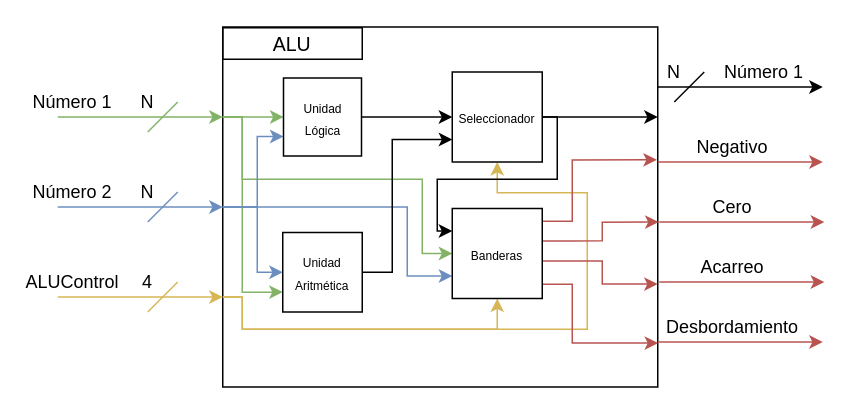
Earlier version of the draw.io diagram page "Segundo Nivel" (2 of 3) of ALU/Diagramas/Diagramas.drawio (m-herrera/Digital-Design-Workshop). Source tidied: cells renumbered, new cells numbered last; positions are measured from the earlier drawing's top-left corner, leaving out a move shared by most shapes. Both pictures are drawn from the tidied source at 150%, with x=0, y=0 at pixel (27, 26).
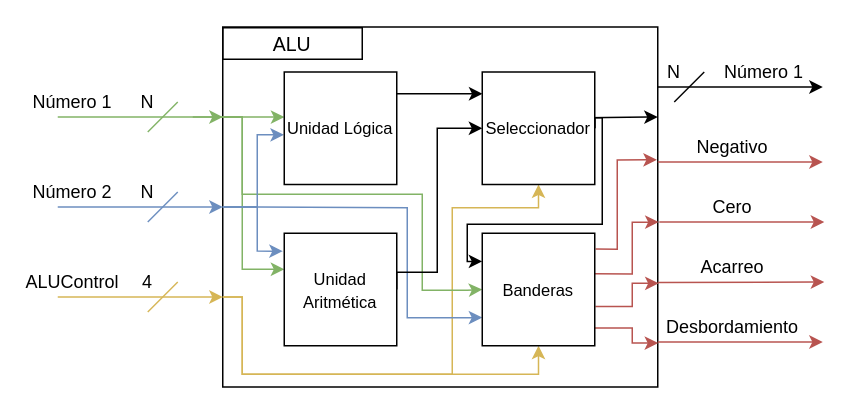
The same page after the edit.

The change refers to these unchanged cells:
```xml
<mxCell id="2" style="rounded=0;whiteSpace=wrap;html=1;" parent="1" vertex="1">
  <mxGeometry x="130" y="0.5" width="290" height="240" as="geometry" />
</mxCell>
```

What changed in the source:
```diff
@@
+    <mxCell id="10" style="edgeStyle=orthogonalEdgeStyle;rounded=0;jettySize=auto;html=1;exitX=0;exitY=0.25;exitDx=0;exitDy=0;entryX=0.001;entryY=0.401;entryDx=0;entryDy=0;entryPerimeter=0;fillColor=#d5e8d4;strokeColor=#82b366;" parent="1" edge="1" source="2" target="37">
+      <mxGeometry relative="1" as="geometry" />
+    </mxCell>
     <mxCell id="3" style="edgeStyle=orthogonalEdgeStyle;rounded=0;jettySize=auto;html=1;exitX=0;exitY=0.75;exitDx=0;exitDy=0;entryX=0.5;entryY=1;entryDx=0;entryDy=0;fillColor=#fff2cc;strokeColor=#d6b656;" parent="1" edge="1" source="2" target="42">
       <mxGeometry relative="1" as="geometry">
         <Array as="points">
           <mxPoint x="143" y="181" />
-          <mxPoint x="143" y="202" />
-          <mxPoint x="373" y="202" />
-          <mxPoint x="373" y="111" />
-          <mxPoint x="313" y="111" />
+          <mxPoint x="143" y="232" />
+          <mxPoint x="283" y="232" />
+          <mxPoint x="283" y="121" />
+          <mxPoint x="340" y="121" />
         </Array>
       </mxGeometry>
     </mxCell>
     <mxCell id="4" style="edgeStyle=orthogonalEdgeStyle;rounded=0;jettySize=auto;html=1;exitX=0;exitY=0.75;exitDx=0;exitDy=0;entryX=0.5;entryY=1;entryDx=0;entryDy=0;fillColor=#fff2cc;strokeColor=#d6b656;" parent="1" edge="1" source="2" target="47">
       <mxGeometry relative="1" as="geometry">
         <Array as="points">
-          <mxPoint x="143" y="181" />
-          <mxPoint x="143" y="202" />
-          <mxPoint x="313" y="202" />
+          <mxPoint x="143" y="180" />
+          <mxPoint x="143" y="232" />
+          <mxPoint x="341" y="232" />
         </Array>
       </mxGeometry>
     </mxCell>
     <mxCell id="5" style="edgeStyle=orthogonalEdgeStyle;rounded=0;jettySize=auto;html=1;exitX=0;exitY=0.5;exitDx=0;exitDy=0;entryX=0;entryY=0.75;entryDx=0;entryDy=0;fillColor=#dae8fc;strokeColor=#6c8ebf;" parent="1" edge="1" source="2" target="47">
       <mxGeometry relative="1" as="geometry">
         <Array as="points">
+          <mxPoint x="153" y="121" />
           <mxPoint x="253" y="121" />
-          <mxPoint x="253" y="167" />
+          <mxPoint x="253" y="194" />
         </Array>
       </mxGeometry>
     </mxCell>
     <mxCell id="6" style="edgeStyle=orthogonalEdgeStyle;rounded=0;jettySize=auto;html=1;exitX=0;exitY=0.25;exitDx=0;exitDy=0;entryX=0;entryY=0.5;entryDx=0;entryDy=0;fillColor=#d5e8d4;strokeColor=#82b366;" parent="1" edge="1" source="2" target="47">
       <mxGeometry relative="1" as="geometry">
         <Array as="points">
           <mxPoint x="143" y="61" />
-          <mxPoint x="143" y="102" />
-          <mxPoint x="263" y="102" />
-          <mxPoint x="263" y="152" />
+          <mxPoint x="143" y="112" />
+          <mxPoint x="263" y="112" />
+          <mxPoint x="263" y="176" />
+          <mxPoint x="293" y="176" />
         </Array>
       </mxGeometry>
     </mxCell>
-    <mxCell id="7" style="edgeStyle=orthogonalEdgeStyle;rounded=0;jettySize=auto;html=1;exitX=0;exitY=0.25;exitDx=0;exitDy=0;entryX=0;entryY=0.75;entryDx=0;entryDy=0;fillColor=#d5e8d4;strokeColor=#82b366;" parent="1" edge="1" source="2" target="39">
+    <mxCell id="7" style="edgeStyle=orthogonalEdgeStyle;rounded=0;jettySize=auto;html=1;exitX=0;exitY=0.25;exitDx=0;exitDy=0;entryX=0;entryY=0.32;entryDx=0;entryDy=0;fillColor=#d5e8d4;strokeColor=#82b366;entryPerimeter=0;" parent="1" edge="1" source="2" target="39">
       <mxGeometry relative="1" as="geometry">
         <Array as="points">
           <mxPoint x="143" y="61" />
-          <mxPoint x="143" y="177" />
+          <mxPoint x="143" y="162" />
         </Array>
       </mxGeometry>
     </mxCell>
-    <mxCell id="8" style="edgeStyle=orthogonalEdgeStyle;rounded=0;jettySize=auto;html=1;exitX=0;exitY=0.5;exitDx=0;exitDy=0;entryX=0;entryY=0.5;entryDx=0;entryDy=0;fillColor=#dae8fc;strokeColor=#6c8ebf;" parent="1" edge="1" source="2" target="39">
+    <mxCell id="8" style="edgeStyle=orthogonalEdgeStyle;rounded=0;jettySize=auto;html=1;exitX=0;exitY=0.5;exitDx=0;exitDy=0;entryX=-0.013;entryY=0.159;entryDx=0;entryDy=0;fillColor=#dae8fc;strokeColor=#6c8ebf;entryPerimeter=0;" parent="1" edge="1" source="2" target="39">
       <mxGeometry relative="1" as="geometry">
         <Array as="points">
           <mxPoint x="153" y="121" />
-          <mxPoint x="153" y="164" />
+          <mxPoint x="153" y="150" />
         </Array>
       </mxGeometry>
     </mxCell>
-    <mxCell id="9" style="edgeStyle=orthogonalEdgeStyle;rounded=0;jettySize=auto;html=1;exitX=0;exitY=0.5;exitDx=0;exitDy=0;entryX=0;entryY=0.75;entryDx=0;entryDy=0;fillColor=#dae8fc;strokeColor=#6c8ebf;" parent="1" edge="1" source="2" target="37">
+    <mxCell id="9" style="edgeStyle=orthogonalEdgeStyle;rounded=0;jettySize=auto;html=1;exitX=0;exitY=0.5;exitDx=0;exitDy=0;entryX=-0.003;entryY=0.558;entryDx=0;entryDy=0;fillColor=#dae8fc;strokeColor=#6c8ebf;entryPerimeter=0;" parent="1" edge="1" source="2" target="37">
       <mxGeometry relative="1" as="geometry">
         <Array as="points">
           <mxPoint x="153" y="121" />
-          <mxPoint x="153" y="73" />
+          <mxPoint x="153" y="72" />
         </Array>
       </mxGeometry>
     </mxCell>
-    <mxCell id="10" style="edgeStyle=orthogonalEdgeStyle;rounded=0;jettySize=auto;html=1;exitX=0;exitY=0.25;exitDx=0;exitDy=0;entryX=0;entryY=0.5;entryDx=0;entryDy=0;fillColor=#d5e8d4;strokeColor=#82b366;" parent="1" edge="1" source="2" target="37">
-      <mxGeometry relative="1" as="geometry" />
-    </mxCell>
@@
-    <mxCell id="30" style="endArrow=classic;html=1;entryX=0;entryY=0.25;entryDx=0;entryDy=0;fillColor=#f8cecc;strokeColor=#b85450;" parent="1" edge="1">
+    <mxCell id="30" style="endArrow=classic;html=1;entryX=0;entryY=0.25;entryDx=0;entryDy=0;fillColor=#f8cecc;strokeColor=#b85450;exitX=1;exitY=0.71;exitDx=0;exitDy=0;exitPerimeter=0;" parent="1" edge="1" source="2">
       <mxGeometry relative="1" as="geometry">
-        <mxPoint x="421" y="170.5" as="sourcePoint" />
         <mxPoint x="531" y="170.5" as="targetPoint" />
       </mxGeometry>
     </mxCell>
@@
-    <mxCell id="36" style="edgeStyle=orthogonalEdgeStyle;rounded=0;jettySize=auto;html=1;exitX=1;exitY=0.5;exitDx=0;exitDy=0;entryX=0;entryY=0.5;entryDx=0;entryDy=0;" parent="1" edge="1" source="37" target="42">
-      <mxGeometry relative="1" as="geometry" />
+    <mxCell id="36" style="edgeStyle=orthogonalEdgeStyle;rounded=0;orthogonalLoop=1;jettySize=auto;html=1;exitX=1;exitY=0.5;exitDx=0;exitDy=0;entryX=0;entryY=0.5;entryDx=0;entryDy=0;" parent="1" edge="1">
+      <mxGeometry relative="1" as="geometry">
+        <mxPoint x="246" y="45" as="sourcePoint" />
+        <mxPoint x="303.1" y="45" as="targetPoint" />
+      </mxGeometry>
     </mxCell>
-    <mxCell id="37" value="&lt;font style=&quot;font-size: 8px&quot;&gt;Unidad Lógica&lt;/font&gt;" style="whiteSpace=wrap;html=1;" parent="1" vertex="1">
-      <mxGeometry x="170.5" y="34.5" width="52" height="52" as="geometry" />
+    <mxCell id="37" value="&lt;font style=&quot;font-size: 11px&quot;&gt;Unidad Lógica&lt;/font&gt;" style="whiteSpace=wrap;html=1;" parent="1" vertex="1">
+      <mxGeometry x="171" y="30.5" width="75" height="75" as="geometry" />
     </mxCell>
-    <mxCell id="38" style="edgeStyle=orthogonalEdgeStyle;rounded=0;jettySize=auto;html=1;exitX=1;exitY=0.5;exitDx=0;exitDy=0;entryX=0;entryY=0.75;entryDx=0;entryDy=0;" parent="1" edge="1" source="39" target="42">
+    <mxCell id="38" style="edgeStyle=orthogonalEdgeStyle;rounded=0;jettySize=auto;html=1;exitX=1;exitY=0.5;exitDx=0;exitDy=0;entryX=0;entryY=0.5;entryDx=0;entryDy=0;" parent="1" edge="1" source="39" target="42">
       <mxGeometry relative="1" as="geometry">
         <Array as="points">
-          <mxPoint x="243" y="164" />
-          <mxPoint x="243" y="76" />
+          <mxPoint x="246" y="164" />
+          <mxPoint x="273" y="164" />
+          <mxPoint x="273" y="68" />
         </Array>
       </mxGeometry>
     </mxCell>
-    <mxCell id="39" value="&lt;font style=&quot;font-size: 8px&quot;&gt;Unidad Aritmética&lt;/font&gt;" style="whiteSpace=wrap;html=1;" parent="1" vertex="1">
-      <mxGeometry x="170" y="137.5" width="53" height="53" as="geometry" />
+    <mxCell id="39" value="&lt;font style=&quot;font-size: 11px&quot;&gt;Unidad Aritmética&lt;/font&gt;" style="whiteSpace=wrap;html=1;" parent="1" vertex="1">
+      <mxGeometry x="171" y="138" width="75" height="75" as="geometry" />
     </mxCell>
@@
     <mxCell id="41" style="edgeStyle=orthogonalEdgeStyle;rounded=0;jettySize=auto;html=1;exitX=1;exitY=0.5;exitDx=0;exitDy=0;entryX=0;entryY=0.25;entryDx=0;entryDy=0;" parent="1" edge="1" source="42" target="47">
       <mxGeometry relative="1" as="geometry">
         <Array as="points">
-          <mxPoint x="353" y="61" />
-          <mxPoint x="353" y="102" />
-          <mxPoint x="273" y="102" />
-          <mxPoint x="273" y="137" />
+          <mxPoint x="378" y="61" />
+          <mxPoint x="383" y="61" />
+          <mxPoint x="383" y="132" />
+          <mxPoint x="293" y="132" />
+          <mxPoint x="293" y="157" />
         </Array>
       </mxGeometry>
     </mxCell>
-    <mxCell id="42" value="&lt;font style=&quot;font-size: 8px&quot;&gt;Seleccionador&lt;/font&gt;" style="whiteSpace=wrap;html=1;" parent="1" vertex="1">
-      <mxGeometry x="283" y="30.5" width="60" height="60" as="geometry" />
+    <mxCell id="42" value="&lt;font style=&quot;font-size: 11px&quot;&gt;Seleccionador&lt;/font&gt;" style="whiteSpace=wrap;html=1;" parent="1" vertex="1">
+      <mxGeometry x="303" y="30.5" width="75" height="75" as="geometry" />
     </mxCell>
     <mxCell id="43" style="edgeStyle=orthogonalEdgeStyle;rounded=0;jettySize=auto;html=1;exitX=1.008;exitY=0.141;exitDx=0;exitDy=0;entryX=0.998;entryY=0.369;entryDx=0;entryDy=0;entryPerimeter=0;exitPerimeter=0;fillColor=#f8cecc;strokeColor=#b85450;" parent="1" edge="1" source="47" target="2">
       <mxGeometry relative="1" as="geometry">
         <Array as="points">
-          <mxPoint x="363" y="130" />
-          <mxPoint x="363" y="89" />
+          <mxPoint x="393" y="149" />
+          <mxPoint x="393" y="89" />
         </Array>
       </mxGeometry>
     </mxCell>
-    <mxCell id="44" style="edgeStyle=orthogonalEdgeStyle;rounded=0;jettySize=auto;html=1;exitX=1.008;exitY=0.362;exitDx=0;exitDy=0;entryX=1.002;entryY=0.542;entryDx=0;entryDy=0;entryPerimeter=0;exitPerimeter=0;fillColor=#f8cecc;strokeColor=#b85450;" parent="1" edge="1" source="47" target="2">
+    <mxCell id="44" style="edgeStyle=orthogonalEdgeStyle;rounded=0;jettySize=auto;html=1;exitX=1.001;exitY=0.361;exitDx=0;exitDy=0;entryX=1.002;entryY=0.542;entryDx=0;entryDy=0;entryPerimeter=0;fillColor=#f8cecc;strokeColor=#b85450;exitPerimeter=0;" parent="1" edge="1" source="47" target="2">
       <mxGeometry relative="1" as="geometry">
         <Array as="points">
-          <mxPoint x="363" y="143" />
-          <mxPoint x="383" y="143" />
-          <mxPoint x="383" y="131" />
+          <mxPoint x="403" y="165" />
+          <mxPoint x="403" y="131" />
         </Array>
       </mxGeometry>
     </mxCell>
-    <mxCell id="45" style="edgeStyle=orthogonalEdgeStyle;rounded=0;jettySize=auto;html=1;exitX=1;exitY=0.583;exitDx=0;exitDy=0;entryX=1;entryY=0.714;entryDx=0;entryDy=0;entryPerimeter=0;exitPerimeter=0;fillColor=#f8cecc;strokeColor=#b85450;" parent="1" edge="1" source="47" target="2">
+    <mxCell id="45" style="edgeStyle=orthogonalEdgeStyle;rounded=0;jettySize=auto;html=1;exitX=1.006;exitY=0.651;exitDx=0;exitDy=0;entryX=1.002;entryY=0.712;entryDx=0;entryDy=0;entryPerimeter=0;exitPerimeter=0;fillColor=#f8cecc;strokeColor=#b85450;" parent="1" edge="1" source="47" target="2">
       <mxGeometry relative="1" as="geometry">
         <Array as="points">
-          <mxPoint x="383" y="157" />
-          <mxPoint x="383" y="172" />
+          <mxPoint x="403" y="187" />
+          <mxPoint x="403" y="171" />
         </Array>
       </mxGeometry>
     </mxCell>
     <mxCell id="46" style="edgeStyle=orthogonalEdgeStyle;rounded=0;jettySize=auto;html=1;exitX=1;exitY=0.842;exitDx=0;exitDy=0;entryX=1.001;entryY=0.878;entryDx=0;entryDy=0;entryPerimeter=0;exitPerimeter=0;fillColor=#f8cecc;strokeColor=#b85450;" parent="1" edge="1" source="47" target="2">
       <mxGeometry relative="1" as="geometry">
         <Array as="points">
-          <mxPoint x="363" y="172" />
-          <mxPoint x="363" y="211" />
+          <mxPoint x="403" y="201" />
+          <mxPoint x="403" y="211" />
         </Array>
       </mxGeometry>
     </mxCell>
-    <mxCell id="47" value="&lt;font style=&quot;font-size: 8px&quot;&gt;Banderas&lt;/font&gt;" style="whiteSpace=wrap;html=1;" parent="1" vertex="1">
-      <mxGeometry x="283" y="121.5" width="60" height="60" as="geometry" />
+    <mxCell id="47" value="&lt;font style=&quot;font-size: 11px&quot;&gt;Banderas&lt;/font&gt;" style="whiteSpace=wrap;html=1;" parent="1" vertex="1">
+      <mxGeometry x="303" y="138" width="75" height="75" as="geometry" />
     </mxCell>
```
